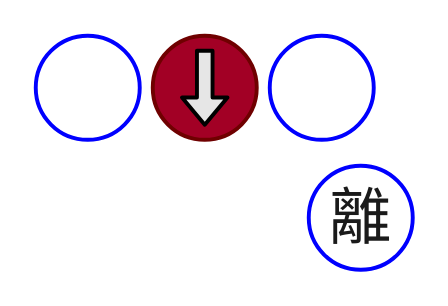
Before: StreetFighter6/images/m2__r.drawio in yamasdais/notebook, a draw.io diagram. Source tidied: cells renumbered, new cells numbered last; positions are measured from the earlier drawing's top-left corner, leaving out a move shared by most shapes. Both pictures are drawn from the tidied source at 130%, with x=0, y=0 at pixel (35, 35).
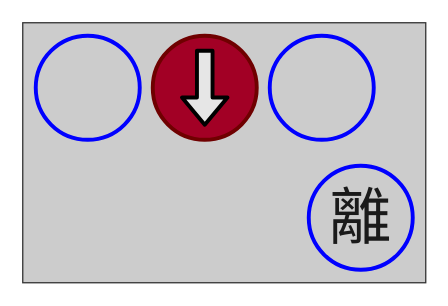
The same page after the edit.

Diff of the diagram source:
```diff
@@
 <mxGraphModel>
   <root>
     <mxCell id="0" />
     <mxCell id="1" parent="0" />
+    <mxCell id="10" style="rounded=0;whiteSpace=wrap;html=1;fillColor=#CCCCCC;strokeColor=#333333;" parent="1" vertex="1">
+      <mxGeometry x="-10" y="-10" width="310" height="200" as="geometry" />
+    </mxCell>
     <mxCell id="2" style="ellipse;whiteSpace=wrap;html=1;strokeWidth=3;fillColor=none;strokeColor=#0000FF;" parent="1" vertex="1">
       <mxGeometry x="180" width="80" height="80" as="geometry" />
     </mxCell>
     <mxCell id="3" style="group;rotation=-90;" parent="1" vertex="1">
       <mxGeometry x="90" width="80" height="80" as="geometry" />
     </mxCell>
     <mxCell id="4" style="ellipse;whiteSpace=wrap;html=1;strokeWidth=3;fillColor=#a20025;fontColor=#ffffff;strokeColor=#6F0000;rotation=-90;" parent="3" vertex="1">
       <mxGeometry width="80" height="80" as="geometry" />
     </mxCell>
     <mxCell id="5" style="shape=flexArrow;endArrow=classic;html=1;strokeWidth=3;strokeColor=default;fillColor=#E6E6E6;" parent="3" edge="1">
       <mxGeometry relative="1" as="geometry">
         <mxPoint x="40" y="10" as="sourcePoint" />
         <mxPoint x="40" y="70" as="targetPoint" />
       </mxGeometry>
     </mxCell>
     <mxCell id="6" style="ellipse;whiteSpace=wrap;html=1;strokeWidth=3;fillColor=none;strokeColor=#0000FF;" parent="1" vertex="1">
       <mxGeometry width="80" height="80" as="geometry" />
     </mxCell>
     <mxCell id="7" style="group;fillColor=none;" parent="1" vertex="1">
       <mxGeometry x="210" y="100" width="80" height="80" as="geometry" />
     </mxCell>
     <mxCell id="8" style="ellipse;whiteSpace=wrap;html=1;strokeWidth=3;fillColor=none;strokeColor=#0000FF;" parent="7" vertex="1">
       <mxGeometry width="80" height="80" as="geometry" />
     </mxCell>
     <mxCell id="9" value="&lt;font face=&quot;Verdana&quot; style=&quot;font-size: 48px;&quot;&gt;離&lt;br style=&quot;font-size: 48px;&quot;&gt;&lt;/font&gt;" style="text;strokeColor=none;align=center;fillColor=none;html=1;verticalAlign=middle;whiteSpace=wrap;rounded=0;fontSize=48;labelBorderColor=none;fontColor=#1A1A1A;labelBackgroundColor=none;" parent="7" vertex="1">
       <mxGeometry y="15" width="80" height="50" as="geometry" />
     </mxCell>
   </root>
 </mxGraphModel>
```
